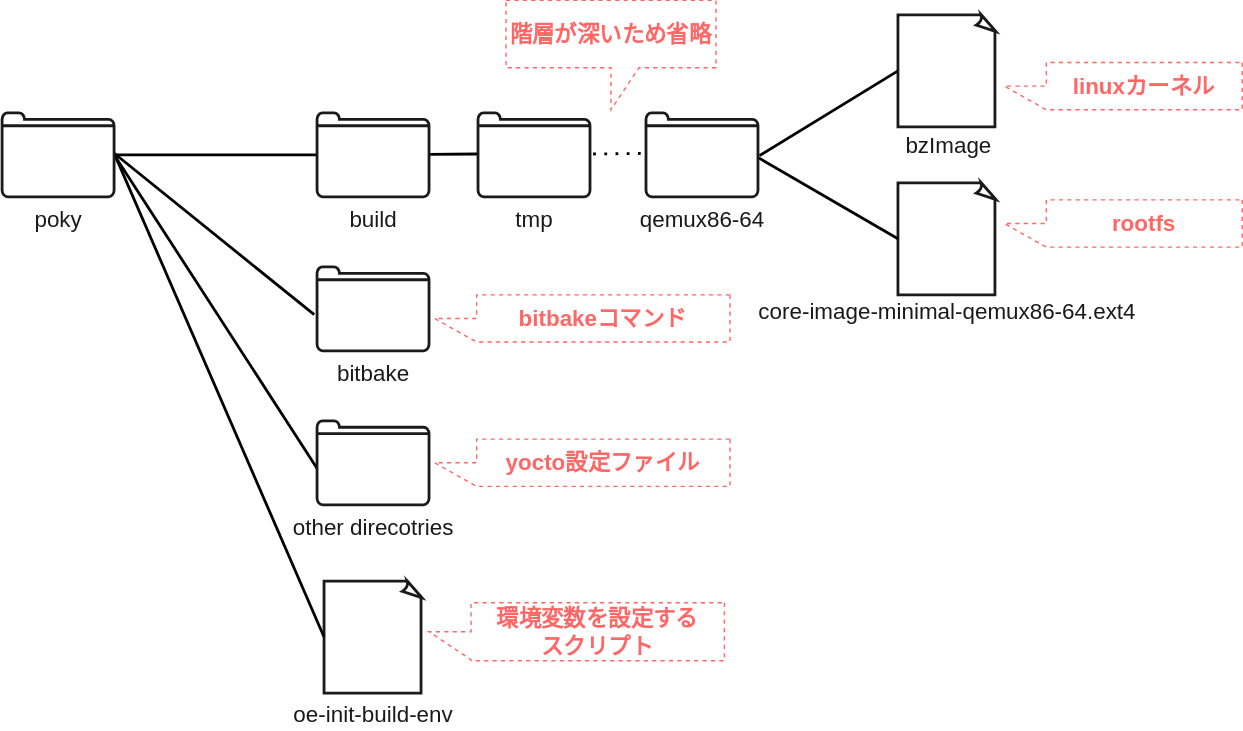
Above: manual/docs/level-1/images/poky_directory.drawio.svg in AngryMane/yocto-learning (draw.io), before the change. Source tidied: cells renumbered, new cells last; positions are measured from the earlier drawing's top-left corner, leaving out a move shared by most shapes.
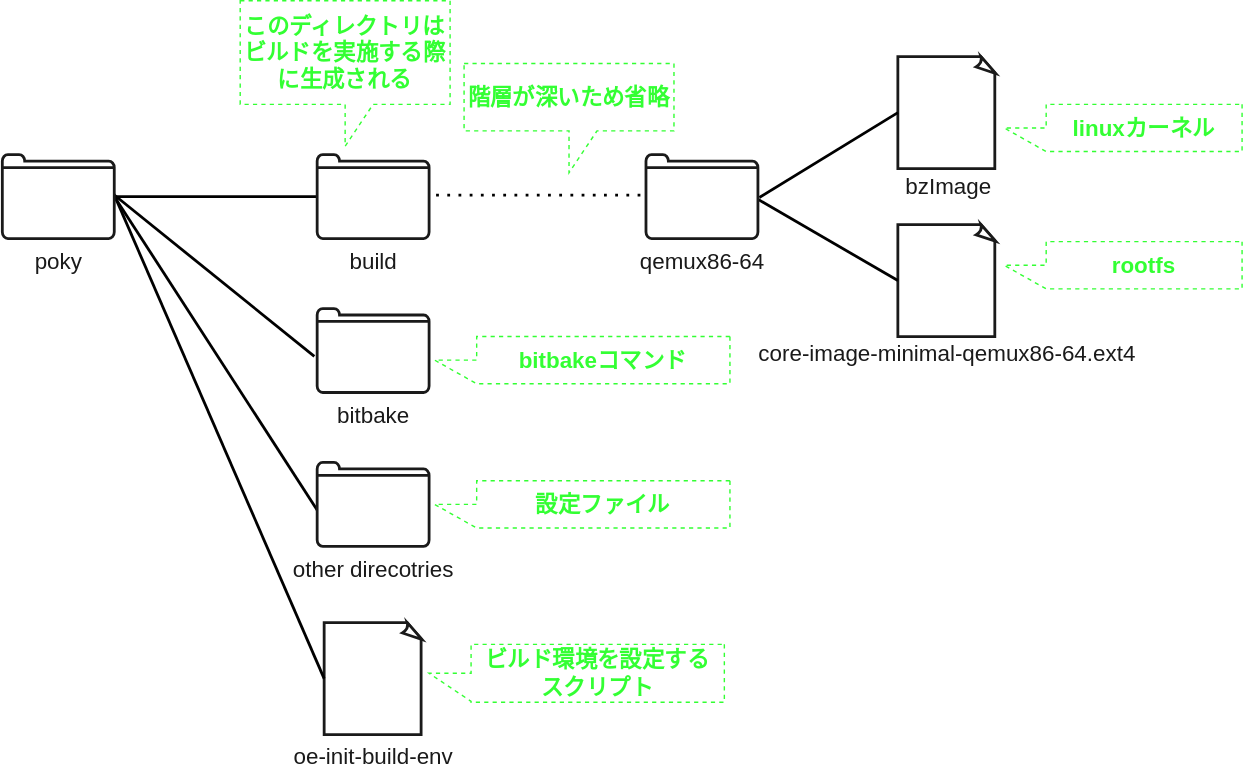
Later version of the same file.

Diff of the diagram source:
```diff
@@ -20,9 +20,6 @@
     <mxCell id="7" value="poky" style="html=1;verticalLabelPosition=bottom;align=center;labelBackgroundColor=none;verticalAlign=top;strokeWidth=2;strokeColor=#1A1A1A;shadow=0;dashed=0;shape=mxgraph.ios7.icons.folder;fontColor=#1A1A1A;fontSize=16;" parent="1" vertex="1">
       <mxGeometry y="80" width="80" height="60" as="geometry" />
     </mxCell>
-    <mxCell id="8" style="edgeStyle=none;html=1;entryX=-0.007;entryY=0.49;entryDx=0;entryDy=0;entryPerimeter=0;fontSize=16;fontColor=#FFFFFF;endArrow=none;endFill=0;strokeWidth=2;" parent="1" edge="1" source="9" target="13">
-      <mxGeometry relative="1" as="geometry" />
-    </mxCell>
     <mxCell id="9" value="build" style="html=1;verticalLabelPosition=bottom;align=center;labelBackgroundColor=none;verticalAlign=top;strokeWidth=2;strokeColor=#1A1A1A;shadow=0;dashed=0;shape=mxgraph.ios7.icons.folder;fontColor=#1A1A1A;fontSize=16;" parent="1" vertex="1">
       <mxGeometry x="225" y="80" width="80" height="60" as="geometry" />
     </mxCell>
@@ -35,17 +32,16 @@
     <mxCell id="12" value="other direcotries" style="html=1;verticalLabelPosition=bottom;align=center;labelBackgroundColor=none;verticalAlign=top;strokeWidth=2;strokeColor=#1A1A1A;shadow=0;dashed=0;shape=mxgraph.ios7.icons.folder;fontColor=#1A1A1A;fontSize=16;" parent="1" vertex="1">
       <mxGeometry x="225" y="300" width="80" height="60" as="geometry" />
     </mxCell>
-    <mxCell id="13" value="tmp" style="html=1;verticalLabelPosition=bottom;align=center;labelBackgroundColor=none;verticalAlign=top;strokeWidth=2;strokeColor=#1A1A1A;shadow=0;dashed=0;shape=mxgraph.ios7.icons.folder;fontColor=#1A1A1A;fontSize=16;" parent="1" vertex="1">
-      <mxGeometry x="340" y="80" width="80" height="60" as="geometry" />
-    </mxCell>
     <mxCell id="14" style="whiteSpace=wrap;html=1;shape=mxgraph.basic.document;strokeColor=#1A1A1A;strokeWidth=2;fontColor=#1A1A1A;" parent="1" vertex="1">
       <mxGeometry x="640" y="10" width="70" height="80" as="geometry" />
     </mxCell>
     <mxCell id="15" style="whiteSpace=wrap;html=1;shape=mxgraph.basic.document;strokeColor=#1A1A1A;strokeWidth=2;fontColor=#1A1A1A;" parent="1" vertex="1">
       <mxGeometry x="640" y="130" width="70" height="80" as="geometry" />
     </mxCell>
-    <mxCell id="16" style="endArrow=none;dashed=1;html=1;dashPattern=1 3;strokeWidth=2;fontSize=16;fontColor=#FFFFFF;exitX=1.028;exitY=0.49;exitDx=0;exitDy=0;exitPerimeter=0;entryX=0;entryY=0.483;entryDx=0;entryDy=0;entryPerimeter=0;" parent="1" edge="1" source="13" target="19">
-      <mxGeometry relative="1" as="geometry" />
+    <mxCell id="16" style="endArrow=none;dashed=1;html=1;dashPattern=1 3;strokeWidth=2;fontSize=16;fontColor=#FFFFFF;entryX=0;entryY=0.483;entryDx=0;entryDy=0;entryPerimeter=0;" parent="1" edge="1" target="19">
+      <mxGeometry relative="1" as="geometry">
+        <mxPoint x="310" y="109" as="sourcePoint" />
+      </mxGeometry>
     </mxCell>
     <mxCell id="17" style="edgeStyle=none;html=1;entryX=0;entryY=0.5;entryDx=0;entryDy=0;entryPerimeter=0;fontSize=16;fontColor=#FFFFFF;endArrow=none;endFill=0;strokeWidth=2;exitX=1.013;exitY=0.51;exitDx=0;exitDy=0;exitPerimeter=0;" parent="1" edge="1" source="19" target="14">
       <mxGeometry relative="1" as="geometry" />
@@ -62,23 +58,26 @@
     <mxCell id="21" value="core-image-minimal-qemux86-64.ext4" style="text;html=1;align=center;verticalAlign=middle;strokeColor=none;fillColor=none;fontSize=16;fontColor=#1A1A1A;" parent="1" vertex="1">
       <mxGeometry x="535" y="212" width="280" height="20" as="geometry" />
     </mxCell>
-    <mxCell id="22" value="linuxカーネル" style="shape=callout;whiteSpace=wrap;html=1;perimeter=calloutPerimeter;dashed=1;strokeWidth=1;fillColor=none;direction=south;strokeColor=#FF6666;fontColor=#FF6666;fontStyle=1;fontSize=16;" parent="1" vertex="1">
+    <mxCell id="22" value="linuxカーネル" style="shape=callout;whiteSpace=wrap;html=1;perimeter=calloutPerimeter;dashed=1;strokeWidth=1;fillColor=none;direction=south;strokeColor=#33FF33;fontColor=#33FF33;fontStyle=1;fontSize=16;" parent="1" vertex="1">
       <mxGeometry x="716" y="44.1" width="170" height="33.8" as="geometry" />
     </mxCell>
-    <mxCell id="23" value="rootfs" style="shape=callout;whiteSpace=wrap;html=1;perimeter=calloutPerimeter;dashed=1;strokeWidth=1;fillColor=none;direction=south;strokeColor=#FF6666;fontColor=#FF6666;fontStyle=1;fontSize=16;" parent="1" vertex="1">
+    <mxCell id="23" value="rootfs" style="shape=callout;whiteSpace=wrap;html=1;perimeter=calloutPerimeter;dashed=1;strokeWidth=1;fillColor=none;direction=south;strokeColor=#33FF33;fontColor=#33FF33;fontStyle=1;fontSize=16;" parent="1" vertex="1">
       <mxGeometry x="716" y="142.2" width="170" height="33.8" as="geometry" />
     </mxCell>
-    <mxCell id="24" value="階層が深いため省略" style="shape=callout;whiteSpace=wrap;html=1;perimeter=calloutPerimeter;dashed=1;strokeWidth=1;fillColor=none;direction=east;strokeColor=#FF6666;fontColor=#FF6666;fontStyle=1;fontSize=16;" parent="1" vertex="1">
-      <mxGeometry x="360" y="-0.3" width="150" height="78.1" as="geometry" />
+    <mxCell id="24" value="階層が深いため省略" style="shape=callout;whiteSpace=wrap;html=1;perimeter=calloutPerimeter;dashed=1;strokeWidth=1;fillColor=none;direction=east;strokeColor=#33FF33;fontColor=#33FF33;fontStyle=1;fontSize=16;" parent="1" vertex="1">
+      <mxGeometry x="330" y="14.9" width="150" height="78.1" as="geometry" />
     </mxCell>
-    <mxCell id="25" value="yocto設定ファイル" style="shape=callout;whiteSpace=wrap;html=1;perimeter=calloutPerimeter;dashed=1;strokeWidth=1;fillColor=none;direction=south;strokeColor=#FF6666;fontColor=#FF6666;fontStyle=1;fontSize=16;" parent="1" vertex="1">
+    <mxCell id="25" value="設定ファイル" style="shape=callout;whiteSpace=wrap;html=1;perimeter=calloutPerimeter;dashed=1;strokeWidth=1;fillColor=none;direction=south;strokeColor=#33FF33;fontColor=#33FF33;fontStyle=1;fontSize=16;" parent="1" vertex="1">
       <mxGeometry x="309" y="313.1" width="211" height="33.8" as="geometry" />
     </mxCell>
-    <mxCell id="26" value="bitbakeコマンド" style="shape=callout;whiteSpace=wrap;html=1;perimeter=calloutPerimeter;dashed=1;strokeWidth=1;fillColor=none;direction=south;strokeColor=#FF6666;fontColor=#FF6666;fontStyle=1;fontSize=16;" parent="1" vertex="1">
+    <mxCell id="26" value="bitbakeコマンド" style="shape=callout;whiteSpace=wrap;html=1;perimeter=calloutPerimeter;dashed=1;strokeWidth=1;fillColor=none;direction=south;strokeColor=#33FF33;fontColor=#33FF33;fontStyle=1;fontSize=16;" parent="1" vertex="1">
       <mxGeometry x="309" y="210" width="211" height="33.8" as="geometry" />
     </mxCell>
-    <mxCell id="27" value="環境変数を設定する&lt;br&gt;スクリプト" style="shape=callout;whiteSpace=wrap;html=1;perimeter=calloutPerimeter;dashed=1;strokeWidth=1;fillColor=none;direction=south;strokeColor=#FF6666;fontColor=#FF6666;fontStyle=1;fontSize=16;" parent="1" vertex="1">
+    <mxCell id="27" value="ビルド環境を設定する&lt;br&gt;スクリプト" style="shape=callout;whiteSpace=wrap;html=1;perimeter=calloutPerimeter;dashed=1;strokeWidth=1;fillColor=none;direction=south;strokeColor=#33FF33;fontColor=#33FF33;fontStyle=1;fontSize=16;" parent="1" vertex="1">
       <mxGeometry x="305" y="430" width="211" height="41.4" as="geometry" />
     </mxCell>
+    <mxCell id="28" value="このディレクトリはビルドを実施する際に生成される" style="shape=callout;whiteSpace=wrap;html=1;perimeter=calloutPerimeter;dashed=1;strokeWidth=1;fillColor=none;direction=east;strokeColor=#33FF33;fontColor=#33FF33;fontStyle=1;fontSize=16;" parent="1" vertex="1">
+      <mxGeometry x="170" y="-30" width="150" height="104.1" as="geometry" />
+    </mxCell>
   </root>
 </mxGraphModel>
```
